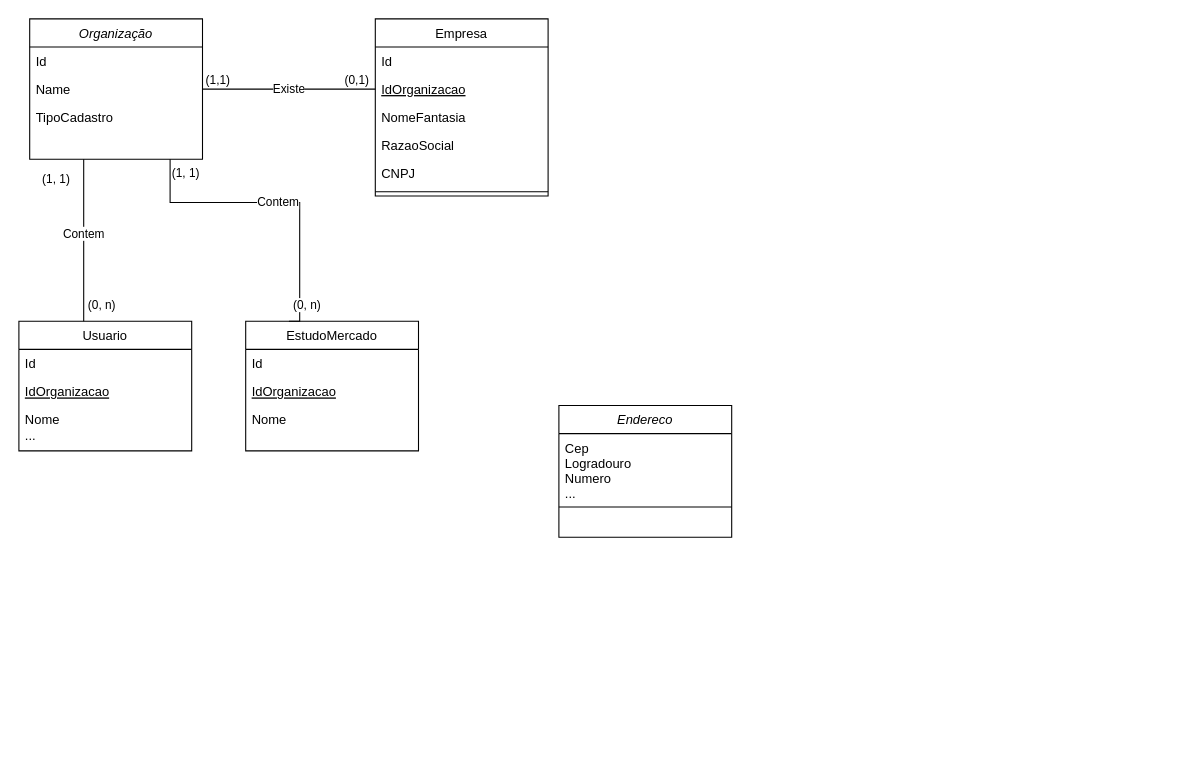
Before: docs/Diagrama Conceito.drawio in gugufaustino/we-imob, a draw.io diagram. Source tidied: cells renumbered, new cells numbered last; positions are measured from the earlier drawing's top-left corner, leaving out a move shared by most shapes. Both pictures are drawn from the tidied source at 108%, with x=0, y=0 at pixel (18, 18).
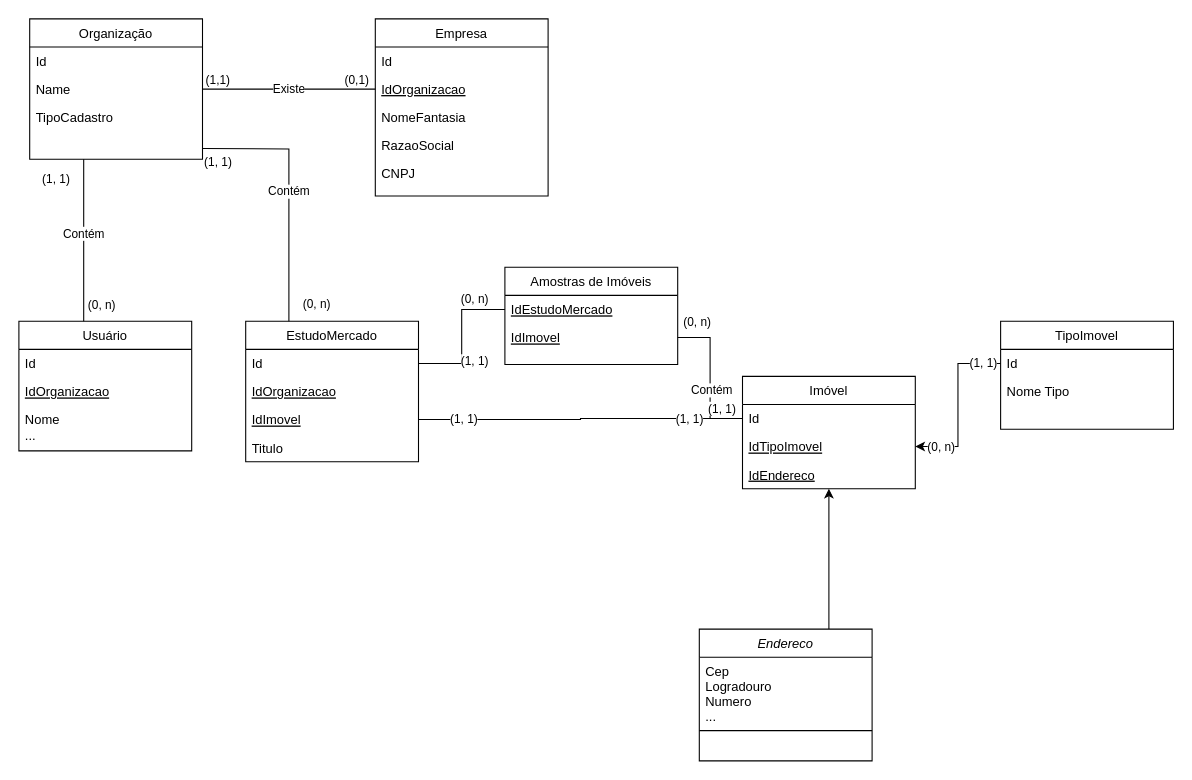
Above is the later version.

Unchanged cells that the change refers to:
```xml
<mxCell id="7" value="Id" style="text;align=left;verticalAlign=top;spacingLeft=4;spacingRight=4;overflow=hidden;points=[[0,0.5],[1,0.5]];portConstraint=eastwest;" parent="6" vertex="1">
  <mxGeometry y="26" width="160" height="26" as="geometry" />
</mxCell>
<mxCell id="14" value="Empresa" style="swimlane;fontStyle=0;align=center;verticalAlign=top;horizontal=1;startSize=26;rounded=0;shadow=0;strokeWidth=1;" parent="1" vertex="1">
  <mxGeometry x="330" width="160" height="164" as="geometry" />
</mxCell>
```

Diff of the diagram source:
```diff
@@
+    <mxCell id="33" style="edgeStyle=orthogonalEdgeStyle;rounded=0;jettySize=auto;html=1;endArrow=none;endFill=0;" parent="1" edge="1" source="46" target="57">
+      <mxGeometry relative="1" as="geometry" />
+    </mxCell>
+    <mxCell id="34" value="(0, n)" style="edgeLabel;html=1;align=center;verticalAlign=middle;" parent="33" vertex="1">
+      <mxGeometry x="0.75" y="-1" relative="1" as="geometry">
+        <mxPoint y="-14" as="offset" />
+      </mxGeometry>
+    </mxCell>
+    <mxCell id="35" value="Contém&amp;nbsp;" style="edgeLabel;html=1;align=center;verticalAlign=middle;" parent="33" vertex="1">
+      <mxGeometry x="-0.15" y="-1" relative="1" as="geometry">
+        <mxPoint x="1" as="offset" />
+      </mxGeometry>
+    </mxCell>
+    <mxCell id="36" value="(1, 1)" style="edgeLabel;html=1;align=center;verticalAlign=middle;" parent="33" vertex="1">
+      <mxGeometry x="-0.85" relative="1" as="geometry">
+        <mxPoint x="-10" y="-10" as="offset" />
+      </mxGeometry>
+    </mxCell>
+    <mxCell id="37" style="edgeStyle=orthogonalEdgeStyle;rounded=0;jettySize=auto;html=1;exitX=0;exitY=0.5;exitDx=0;exitDy=0;endArrow=none;endFill=0;" parent="1" edge="1" source="46" target="43">
+      <mxGeometry relative="1" as="geometry" />
+    </mxCell>
+    <mxCell id="38" value="(1, 1)" style="edgeLabel;html=1;align=center;verticalAlign=middle;labelBorderColor=none;labelBackgroundColor=default;" parent="37" vertex="1">
+      <mxGeometry x="0.91" y="-1" relative="1" as="geometry">
+        <mxPoint x="27" as="offset" />
+      </mxGeometry>
+    </mxCell>
+    <mxCell id="39" value="(1, 1)" style="edgeLabel;html=1;align=center;verticalAlign=middle;" parent="37" vertex="1">
+      <mxGeometry x="-0.85" y="2" relative="1" as="geometry">
+        <mxPoint x="-27" y="-2" as="offset" />
+      </mxGeometry>
+    </mxCell>
+    <mxCell id="40" style="edgeStyle=orthogonalEdgeStyle;rounded=0;jettySize=auto;html=1;entryX=0;entryY=0.5;entryDx=0;entryDy=0;endArrow=none;endFill=0;" parent="1" edge="1" source="7" target="56">
+      <mxGeometry relative="1" as="geometry" />
+    </mxCell>
+    <mxCell id="41" value="(0, n)" style="edgeLabel;html=1;align=center;verticalAlign=middle;" parent="40" vertex="1">
+      <mxGeometry x="0.78" y="-2" relative="1" as="geometry">
+        <mxPoint x="-15" y="-12" as="offset" />
+      </mxGeometry>
+    </mxCell>
+    <mxCell id="42" value="(1, 1)" style="edgeLabel;html=1;align=center;verticalAlign=middle;" parent="40" vertex="1">
+      <mxGeometry x="-0.47" y="-1" relative="1" as="geometry">
+        <mxPoint x="17" y="-4" as="offset" />
+      </mxGeometry>
+    </mxCell>
-    <mxCell id="2" value="Organização" style="swimlane;fontStyle=2;align=center;verticalAlign=top;horizontal=1;startSize=26;rounded=0;shadow=0;strokeWidth=1;" parent="1" vertex="1">
+    <mxCell id="2" value="Organização" style="swimlane;fontStyle=0;align=center;verticalAlign=top;horizontal=1;startSize=26;rounded=0;shadow=0;strokeWidth=1;" parent="1" vertex="1">
       <mxGeometry x="10" width="160" height="130" as="geometry" />
     </mxCell>
@@
     <mxCell id="6" value="EstudoMercado" style="swimlane;fontStyle=0;align=center;verticalAlign=top;horizontal=1;startSize=26;rounded=0;shadow=0;strokeWidth=1;" parent="1" vertex="1">
-      <mxGeometry x="210" y="280" width="160" height="120" as="geometry" />
+      <mxGeometry x="210" y="280" width="160" height="130" as="geometry" />
     </mxCell>
@@
+    <mxCell id="43" value="IdImovel" style="text;align=left;verticalAlign=top;spacingLeft=4;spacingRight=4;overflow=hidden;points=[[0,0.5],[1,0.5]];portConstraint=eastwest;rounded=0;shadow=0;html=0;fontStyle=4;" parent="6" vertex="1">
+      <mxGeometry y="78" width="160" height="26" as="geometry" />
+    </mxCell>
-    <mxCell id="9" value="Nome" style="text;align=left;verticalAlign=top;spacingLeft=4;spacingRight=4;overflow=hidden;rounded=0;shadow=0;html=0;fontStyle=0;" parent="6" vertex="1">
-      <mxGeometry y="78" width="160" height="26" as="geometry" />
+    <mxCell id="9" value="Titulo" style="text;align=left;verticalAlign=top;spacingLeft=4;spacingRight=4;overflow=hidden;rounded=0;shadow=0;html=0;fontStyle=0;" parent="6" vertex="1">
+      <mxGeometry y="104" width="160" height="26" as="geometry" />
     </mxCell>
-    <mxCell id="10" value="Usuario" style="swimlane;fontStyle=0;align=center;verticalAlign=top;horizontal=1;startSize=26;rounded=0;shadow=0;strokeWidth=1;" parent="1" vertex="1">
+    <mxCell id="10" value="Usuário" style="swimlane;fontStyle=0;align=center;verticalAlign=top;horizontal=1;startSize=26;rounded=0;shadow=0;strokeWidth=1;" parent="1" vertex="1">
       <mxGeometry y="280" width="160" height="120" as="geometry" />
     </mxCell>
@@
-    <mxCell id="20" style="line;html=1;strokeWidth=1;align=left;verticalAlign=middle;spacingTop=-1;spacingLeft=3;spacingRight=3;labelPosition=right;" parent="14" vertex="1">
-      <mxGeometry y="156" width="160" height="8" as="geometry" />
-    </mxCell>
+    <mxCell id="44" style="edgeStyle=orthogonalEdgeStyle;rounded=0;jettySize=auto;html=1;exitX=0.75;exitY=0;exitDx=0;exitDy=0;entryX=0.5;entryY=1;entryDx=0;entryDy=0;" parent="1" edge="1" source="21" target="45">
+      <mxGeometry relative="1" as="geometry" />
+    </mxCell>
     <mxCell id="21" value="Endereco" style="swimlane;fontStyle=2;align=center;verticalAlign=top;horizontal=1;startSize=26;rounded=0;shadow=0;strokeWidth=1;" parent="1" vertex="1">
-      <mxGeometry x="500" y="358" width="160" height="122" as="geometry" />
+      <mxGeometry x="630" y="565" width="160" height="122" as="geometry" />
     </mxCell>
@@
-    <mxCell id="27" value="Contem" style="endArrow=none;html=1;endSize=12;startArrow=none;startSize=14;startFill=0;edgeStyle=orthogonalEdgeStyle;rounded=0;entryX=0.25;entryY=0;entryDx=0;entryDy=0;endFill=0;" parent="1" edge="1" target="6">
+    <mxCell id="27" value="Contém" style="endArrow=none;html=1;endSize=12;startArrow=none;startSize=14;startFill=0;edgeStyle=orthogonalEdgeStyle;rounded=0;entryX=0.25;entryY=0;entryDx=0;entryDy=0;endFill=0;" parent="1" edge="1" target="6">
       <mxGeometry relative="1" as="geometry">
-        <mxPoint x="140" y="130" as="sourcePoint" />
-        <Array as="points">
-          <mxPoint x="140" y="170" />
-          <mxPoint x="260" y="170" />
-          <mxPoint x="260" y="280" />
-        </Array>
+        <mxPoint x="170" y="120" as="sourcePoint" />
       </mxGeometry>
     </mxCell>
@@
     <mxCell id="29" value="(0, n)" style="edgeLabel;html=1;align=right;verticalAlign=top;" parent="27" vertex="1">
       <mxGeometry x="1" relative="1" as="geometry">
-        <mxPoint x="30" y="-28" as="offset" />
+        <mxPoint x="39" y="-29" as="offset" />
       </mxGeometry>
     </mxCell>
-    <mxCell id="30" value="Contem" style="endArrow=none;html=1;endSize=12;startArrow=none;startSize=14;startFill=0;edgeStyle=orthogonalEdgeStyle;rounded=0;endFill=0;strokeColor=default;" parent="1" edge="1">
+    <mxCell id="30" value="Contém" style="endArrow=none;html=1;endSize=12;startArrow=none;startSize=14;startFill=0;edgeStyle=orthogonalEdgeStyle;rounded=0;endFill=0;strokeColor=default;" parent="1" edge="1">
       <mxGeometry x="-0.08" relative="1" as="geometry">
         <mxPoint x="60" y="130" as="sourcePoint" />
         <mxPoint x="60" y="280" as="targetPoint" />
         <Array as="points">
           <mxPoint x="60" y="190" />
           <mxPoint x="60" y="190" />
         </Array>
       </mxGeometry>
     </mxCell>
@@
+    <mxCell id="45" value="Imóvel" style="swimlane;fontStyle=0;align=center;verticalAlign=top;horizontal=1;startSize=26;rounded=0;shadow=0;strokeWidth=1;" parent="1" vertex="1">
+      <mxGeometry x="670" y="331" width="160" height="104" as="geometry" />
+    </mxCell>
+    <mxCell id="46" value="Id" style="text;align=left;verticalAlign=top;spacingLeft=4;spacingRight=4;overflow=hidden;points=[[0,0.5],[1,0.5]];portConstraint=eastwest;" parent="45" vertex="1">
+      <mxGeometry y="26" width="160" height="26" as="geometry" />
+    </mxCell>
+    <mxCell id="47" value="IdTipoImovel" style="text;align=left;verticalAlign=top;spacingLeft=4;spacingRight=4;overflow=hidden;points=[[0,0.5],[1,0.5]];portConstraint=eastwest;fontStyle=4;" parent="45" vertex="1">
+      <mxGeometry y="52" width="160" height="26" as="geometry" />
+    </mxCell>
+    <mxCell id="48" value="IdEndereco" style="text;align=left;verticalAlign=top;spacingLeft=4;spacingRight=4;overflow=hidden;fontStyle=4;" parent="45" vertex="1">
+      <mxGeometry y="78" width="160" height="26" as="geometry" />
+    </mxCell>
+    <mxCell id="49" value="TipoImovel" style="swimlane;fontStyle=0;align=center;verticalAlign=top;horizontal=1;startSize=26;rounded=0;shadow=0;strokeWidth=1;" parent="1" vertex="1">
+      <mxGeometry x="909" y="280" width="160" height="100" as="geometry" />
+    </mxCell>
+    <mxCell id="50" value="Id" style="text;align=left;verticalAlign=top;spacingLeft=4;spacingRight=4;overflow=hidden;points=[[0,0.5],[1,0.5]];portConstraint=eastwest;" parent="49" vertex="1">
+      <mxGeometry y="26" width="160" height="26" as="geometry" />
+    </mxCell>
+    <mxCell id="51" value="Nome Tipo" style="text;align=left;verticalAlign=top;spacingLeft=4;spacingRight=4;overflow=hidden;" parent="49" vertex="1">
+      <mxGeometry y="52" width="160" height="26" as="geometry" />
+    </mxCell>
+    <mxCell id="52" style="edgeStyle=orthogonalEdgeStyle;rounded=0;jettySize=auto;html=1;" parent="1" edge="1" source="50" target="47">
+      <mxGeometry relative="1" as="geometry" />
+    </mxCell>
+    <mxCell id="53" value="(1, 1)" style="edgeLabel;html=1;align=center;verticalAlign=middle;" parent="52" vertex="1">
+      <mxGeometry x="-0.85" relative="1" as="geometry">
+        <mxPoint x="-5" y="-1" as="offset" />
+      </mxGeometry>
+    </mxCell>
+    <mxCell id="54" value="(0, n)" style="edgeLabel;html=1;align=center;verticalAlign=middle;" parent="52" vertex="1">
+      <mxGeometry x="0.84" relative="1" as="geometry">
+        <mxPoint x="11" as="offset" />
+      </mxGeometry>
+    </mxCell>
+    <mxCell id="55" value="Amostras de Imóveis" style="swimlane;fontStyle=0;align=center;verticalAlign=top;horizontal=1;startSize=26;rounded=0;shadow=0;strokeWidth=1;" parent="1" vertex="1">
+      <mxGeometry x="450" y="230" width="160" height="90" as="geometry" />
+    </mxCell>
+    <mxCell id="56" value="IdEstudoMercado" style="text;align=left;verticalAlign=top;spacingLeft=4;spacingRight=4;overflow=hidden;points=[[0,0.5],[1,0.5]];portConstraint=eastwest;fontStyle=4;" parent="55" vertex="1">
+      <mxGeometry y="26" width="160" height="26" as="geometry" />
+    </mxCell>
+    <mxCell id="57" value="IdImovel" style="text;align=left;verticalAlign=top;spacingLeft=4;spacingRight=4;overflow=hidden;points=[[0,0.5],[1,0.5]];portConstraint=eastwest;fontStyle=4;" parent="55" vertex="1">
+      <mxGeometry y="52" width="160" height="26" as="geometry" />
+    </mxCell>
```
